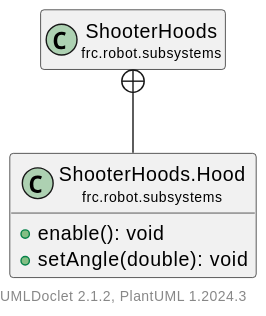
Earlier version of the PlantUML export docs/uml/frc/robot/subsystems/ShooterHoods.Hood.svg (LakotaRobotics1038/2026RobotProject). Source of this version:
```plantuml
@startuml
    set namespaceSeparator none
    hide empty fields
    hide empty methods

    class "<size:14>ShooterHoods.Hood\n<size:10>frc.robot.subsystems" as frc.robot.subsystems.ShooterHoods.Hood [[ShooterHoods.Hood.html]] {
        +enable(): void
        +setAngle(double): void
    }

    class "<size:14>ShooterHoods\n<size:10>frc.robot.subsystems" as frc.robot.subsystems.ShooterHoods [[ShooterHoods.html]]

    frc.robot.subsystems.ShooterHoods +-- frc.robot.subsystems.ShooterHoods.Hood
    center footer UMLDoclet 2.1.2, PlantUML %version()
@enduml
```
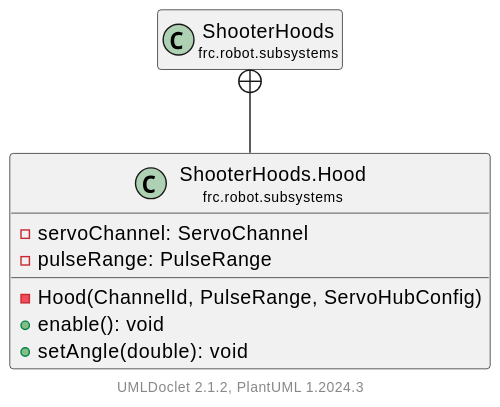
The same diagram one commit later.

Change to the diagram source:
```diff
@@ -4,6 +4,9 @@
     hide empty methods
 
     class "<size:14>ShooterHoods.Hood\n<size:10>frc.robot.subsystems" as frc.robot.subsystems.ShooterHoods.Hood [[ShooterHoods.Hood.html]] {
+        -servoChannel: ServoChannel
+        -pulseRange: PulseRange
+        -Hood(ChannelId, PulseRange, ServoHubConfig)
         +enable(): void
         +setAngle(double): void
     }
```
